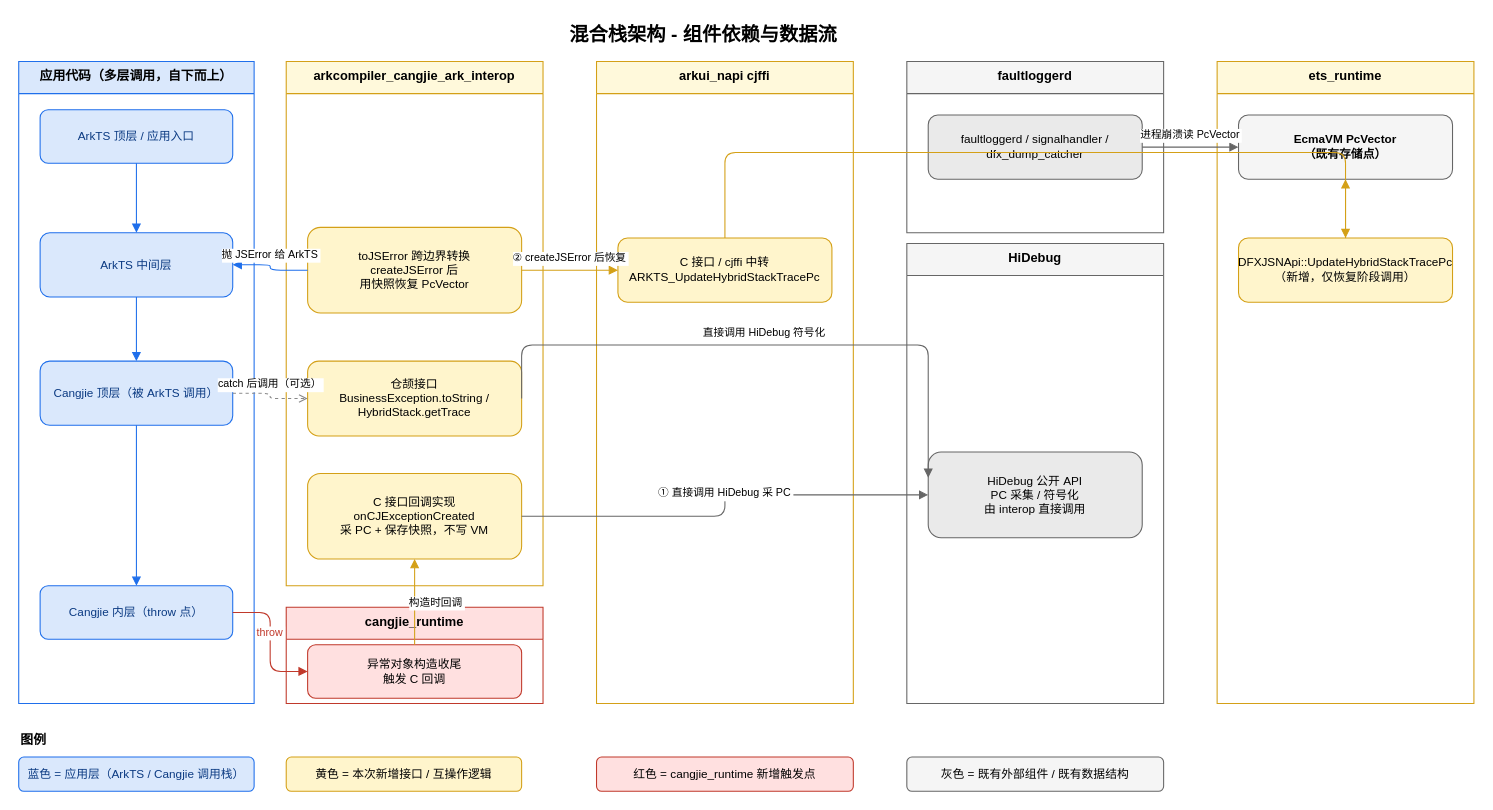
Before: doc/hybridstack_architecture_design.drawio in openharmony/arkcompiler_cangjie_ark_interop, a draw.io diagram. Source tidied: cells renumbered, new cells numbered last; positions are measured from the earlier drawing's top-left corner, leaving out a move shared by most shapes. Both pictures are drawn from the tidied source at 107%, with x=0, y=0 at pixel (18, 18).
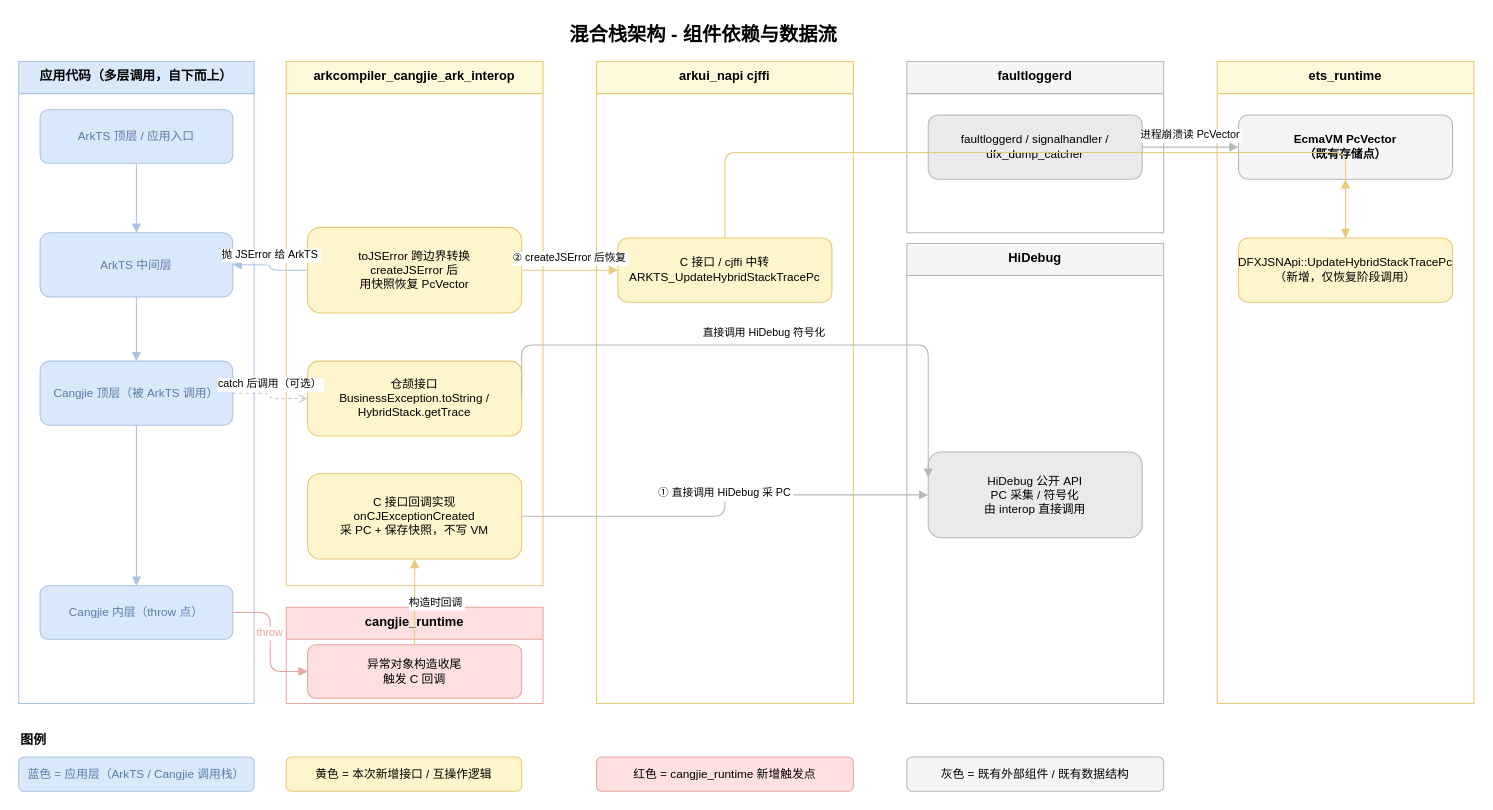
Above is the later version.

Commit message (it also covers changes not shown here):
docs(hybridstack): lighten drawio palette; replace mermaid with drawio for master-state diagram; clarify master 主干 wording

Change to the diagram source:
```diff
@@
-    <mxCell id="3" value="应用代码（多层调用，自下而上）" style="swimlane;startSize=30;fillColor=#dae8fc;strokeColor=#1f6feb;fontStyle=1;fontSize=12;verticalAlign=top;whiteSpace=wrap;" parent="1" vertex="1">
+    <mxCell id="3" value="应用代码（多层调用，自下而上）" style="swimlane;startSize=30;fillColor=#dae8fc;strokeColor=#aac4e2;fontStyle=1;fontSize=12;verticalAlign=top;whiteSpace=wrap;" parent="1" vertex="1">
       <mxGeometry y="40" width="220" height="600" as="geometry" />
     </mxCell>
-    <mxCell id="4" value="arkcompiler_cangjie_ark_interop" style="swimlane;startSize=30;fillColor=#fff9db;strokeColor=#d4a017;fontStyle=1;fontSize=12;verticalAlign=top;whiteSpace=wrap;" parent="1" vertex="1">
+    <mxCell id="4" value="arkcompiler_cangjie_ark_interop" style="swimlane;startSize=30;fillColor=#fff9db;strokeColor=#e8c97a;fontStyle=1;fontSize=12;verticalAlign=top;whiteSpace=wrap;" parent="1" vertex="1">
       <mxGeometry x="250" y="40" width="240" height="490" as="geometry" />
     </mxCell>
-    <mxCell id="5" value="cangjie_runtime" style="swimlane;startSize=30;fillColor=#ffe0e0;strokeColor=#c0392b;fontStyle=1;fontSize=12;verticalAlign=top;whiteSpace=wrap;" parent="1" vertex="1">
+    <mxCell id="5" value="cangjie_runtime" style="swimlane;startSize=30;fillColor=#ffe0e0;strokeColor=#e6a89f;fontStyle=1;fontSize=12;verticalAlign=top;whiteSpace=wrap;" parent="1" vertex="1">
       <mxGeometry x="250" y="550" width="240" height="90" as="geometry" />
     </mxCell>
-    <mxCell id="6" value="arkui_napi cjffi" style="swimlane;startSize=30;fillColor=#fff9db;strokeColor=#d4a017;fontStyle=1;fontSize=12;verticalAlign=top;whiteSpace=wrap;" parent="1" vertex="1">
+    <mxCell id="6" value="arkui_napi cjffi" style="swimlane;startSize=30;fillColor=#fff9db;strokeColor=#e8c97a;fontStyle=1;fontSize=12;verticalAlign=top;whiteSpace=wrap;" parent="1" vertex="1">
       <mxGeometry x="540" y="40" width="240" height="600" as="geometry" />
     </mxCell>
-    <mxCell id="7" value="faultloggerd" style="swimlane;startSize=30;fillColor=#f5f5f5;strokeColor=#666666;fontStyle=1;fontSize=12;verticalAlign=top;whiteSpace=wrap;" parent="1" vertex="1">
+    <mxCell id="7" value="faultloggerd" style="swimlane;startSize=30;fillColor=#f5f5f5;strokeColor=#b8b8b8;fontStyle=1;fontSize=12;verticalAlign=top;whiteSpace=wrap;" parent="1" vertex="1">
       <mxGeometry x="830" y="40" width="240" height="160" as="geometry" />
     </mxCell>
-    <mxCell id="8" value="HiDebug" style="swimlane;startSize=30;fillColor=#f5f5f5;strokeColor=#666666;fontStyle=1;fontSize=12;verticalAlign=top;whiteSpace=wrap;" parent="1" vertex="1">
+    <mxCell id="8" value="HiDebug" style="swimlane;startSize=30;fillColor=#f5f5f5;strokeColor=#b8b8b8;fontStyle=1;fontSize=12;verticalAlign=top;whiteSpace=wrap;" parent="1" vertex="1">
       <mxGeometry x="830" y="210" width="240" height="430" as="geometry" />
     </mxCell>
-    <mxCell id="9" value="ets_runtime" style="swimlane;startSize=30;fillColor=#fff9db;strokeColor=#d4a017;fontStyle=1;fontSize=12;verticalAlign=top;whiteSpace=wrap;" parent="1" vertex="1">
+    <mxCell id="9" value="ets_runtime" style="swimlane;startSize=30;fillColor=#fff9db;strokeColor=#e8c97a;fontStyle=1;fontSize=12;verticalAlign=top;whiteSpace=wrap;" parent="1" vertex="1">
       <mxGeometry x="1120" y="40" width="240" height="600" as="geometry" />
     </mxCell>
-    <mxCell id="10" value="ArkTS 顶层 / 应用入口" style="rounded=1;fillColor=#dae8fc;strokeColor=#1f6feb;fontColor=#0b3a82;fontSize=11;whiteSpace=wrap;" parent="3" vertex="1">
+    <mxCell id="10" value="ArkTS 顶层 / 应用入口" style="rounded=1;fillColor=#dae8fc;strokeColor=#aac4e2;fontColor=#5a7ca8;fontSize=11;whiteSpace=wrap;" parent="3" vertex="1">
       <mxGeometry x="20" y="45" width="180" height="50" as="geometry" />
     </mxCell>
-    <mxCell id="11" value="ArkTS 中间层" style="rounded=1;fillColor=#dae8fc;strokeColor=#1f6feb;fontColor=#0b3a82;fontSize=11;whiteSpace=wrap;" parent="3" vertex="1">
+    <mxCell id="11" value="ArkTS 中间层" style="rounded=1;fillColor=#dae8fc;strokeColor=#aac4e2;fontColor=#5a7ca8;fontSize=11;whiteSpace=wrap;" parent="3" vertex="1">
       <mxGeometry x="20" y="160" width="180" height="60" as="geometry" />
     </mxCell>
-    <mxCell id="12" value="Cangjie 顶层（被 ArkTS 调用）" style="rounded=1;fillColor=#dae8fc;strokeColor=#1f6feb;fontColor=#0b3a82;fontSize=11;whiteSpace=wrap;" parent="3" vertex="1">
+    <mxCell id="12" value="Cangjie 顶层（被 ArkTS 调用）" style="rounded=1;fillColor=#dae8fc;strokeColor=#aac4e2;fontColor=#5a7ca8;fontSize=11;whiteSpace=wrap;" parent="3" vertex="1">
       <mxGeometry x="20" y="280" width="180" height="60" as="geometry" />
     </mxCell>
-    <mxCell id="13" value="Cangjie 内层（throw 点）" style="rounded=1;fillColor=#dae8fc;strokeColor=#1f6feb;fontColor=#0b3a82;fontSize=11;whiteSpace=wrap;" parent="3" vertex="1">
+    <mxCell id="13" value="Cangjie 内层（throw 点）" style="rounded=1;fillColor=#dae8fc;strokeColor=#aac4e2;fontColor=#5a7ca8;fontSize=11;whiteSpace=wrap;" parent="3" vertex="1">
       <mxGeometry x="20" y="490" width="180" height="50" as="geometry" />
     </mxCell>
-    <mxCell id="14" value="toJSError 跨边界转换&#10;createJSError 后&#10;用快照恢复 PcVector" style="rounded=1;fillColor=#fff5cc;strokeColor=#d4a017;fontSize=11;whiteSpace=wrap;" parent="4" vertex="1">
+    <mxCell id="14" value="toJSError 跨边界转换&#10;createJSError 后&#10;用快照恢复 PcVector" style="rounded=1;fillColor=#fff5cc;strokeColor=#e8c97a;fontSize=11;whiteSpace=wrap;" parent="4" vertex="1">
       <mxGeometry x="20" y="155" width="200" height="80" as="geometry" />
     </mxCell>
-    <mxCell id="15" value="仓颉接口&#10;BusinessException.toString /&#10;HybridStack.getTrace" style="rounded=1;fillColor=#fff5cc;strokeColor=#d4a017;fontSize=11;whiteSpace=wrap;" parent="4" vertex="1">
+    <mxCell id="15" value="仓颉接口&#10;BusinessException.toString /&#10;HybridStack.getTrace" style="rounded=1;fillColor=#fff5cc;strokeColor=#e8c97a;fontSize=11;whiteSpace=wrap;" parent="4" vertex="1">
       <mxGeometry x="20" y="280" width="200" height="70" as="geometry" />
     </mxCell>
-    <mxCell id="16" value="C 接口回调实现&#10;onCJExceptionCreated&#10;采 PC + 保存快照，不写 VM" style="rounded=1;fillColor=#fff5cc;strokeColor=#d4a017;fontSize=11;whiteSpace=wrap;" parent="4" vertex="1">
+    <mxCell id="16" value="C 接口回调实现&#10;onCJExceptionCreated&#10;采 PC + 保存快照，不写 VM" style="rounded=1;fillColor=#fff5cc;strokeColor=#e8c97a;fontSize=11;whiteSpace=wrap;" parent="4" vertex="1">
       <mxGeometry x="20" y="385" width="200" height="80" as="geometry" />
     </mxCell>
-    <mxCell id="17" value="异常对象构造收尾&#10;触发 C 回调" style="rounded=1;fillColor=#ffe0e0;strokeColor=#c0392b;fontSize=11;whiteSpace=wrap;" parent="5" vertex="1">
+    <mxCell id="17" value="异常对象构造收尾&#10;触发 C 回调" style="rounded=1;fillColor=#ffe0e0;strokeColor=#e6a89f;fontSize=11;whiteSpace=wrap;" parent="5" vertex="1">
       <mxGeometry x="20" y="35" width="200" height="50" as="geometry" />
     </mxCell>
-    <mxCell id="18" value="C 接口 / cjffi 中转&#10;ARKTS_UpdateHybridStackTracePc" style="rounded=1;fillColor=#fff5cc;strokeColor=#d4a017;fontSize=11;whiteSpace=wrap;" parent="6" vertex="1">
+    <mxCell id="18" value="C 接口 / cjffi 中转&#10;ARKTS_UpdateHybridStackTracePc" style="rounded=1;fillColor=#fff5cc;strokeColor=#e8c97a;fontSize=11;whiteSpace=wrap;" parent="6" vertex="1">
       <mxGeometry x="20" y="165" width="200" height="60" as="geometry" />
     </mxCell>
-    <mxCell id="19" value="faultloggerd / signalhandler /&#10;dfx_dump_catcher" style="rounded=1;fillColor=#eaeaea;strokeColor=#666666;fontSize=11;whiteSpace=wrap;" parent="7" vertex="1">
+    <mxCell id="19" value="faultloggerd / signalhandler /&#10;dfx_dump_catcher" style="rounded=1;fillColor=#eaeaea;strokeColor=#b8b8b8;fontSize=11;whiteSpace=wrap;" parent="7" vertex="1">
       <mxGeometry x="20" y="50" width="200" height="60" as="geometry" />
     </mxCell>
-    <mxCell id="20" value="HiDebug 公开 API&#10;PC 采集 / 符号化&#10;由 interop 直接调用" style="rounded=1;fillColor=#eaeaea;strokeColor=#666666;fontSize=11;whiteSpace=wrap;" parent="8" vertex="1">
+    <mxCell id="20" value="HiDebug 公开 API&#10;PC 采集 / 符号化&#10;由 interop 直接调用" style="rounded=1;fillColor=#eaeaea;strokeColor=#b8b8b8;fontSize=11;whiteSpace=wrap;" parent="8" vertex="1">
       <mxGeometry x="20" y="195" width="200" height="80" as="geometry" />
     </mxCell>
-    <mxCell id="21" value="EcmaVM PcVector&#10;（既有存储点）" style="rounded=1;fillColor=#f5f5f5;strokeColor=#666666;fontSize=11;whiteSpace=wrap;fontStyle=1;" parent="9" vertex="1">
+    <mxCell id="21" value="EcmaVM PcVector&#10;（既有存储点）" style="rounded=1;fillColor=#f5f5f5;strokeColor=#b8b8b8;fontSize=11;whiteSpace=wrap;fontStyle=1;" parent="9" vertex="1">
       <mxGeometry x="20" y="50" width="200" height="60" as="geometry" />
     </mxCell>
-    <mxCell id="22" value="DFXJSNApi::UpdateHybridStackTracePc&#10;（新增，仅恢复阶段调用）" style="rounded=1;fillColor=#fff5cc;strokeColor=#d4a017;fontSize=11;whiteSpace=wrap;" parent="9" vertex="1">
+    <mxCell id="22" value="DFXJSNApi::UpdateHybridStackTracePc&#10;（新增，仅恢复阶段调用）" style="rounded=1;fillColor=#fff5cc;strokeColor=#e8c97a;fontSize=11;whiteSpace=wrap;" parent="9" vertex="1">
       <mxGeometry x="20" y="165" width="200" height="60" as="geometry" />
     </mxCell>
-    <mxCell id="23" style="edgeStyle=orthogonalEdgeStyle;endArrow=block;endFill=1;strokeColor=#1f6feb;exitX=0.5;exitY=1;entryX=0.5;entryY=0;" parent="3" edge="1" source="10" target="11">
+    <mxCell id="23" style="edgeStyle=orthogonalEdgeStyle;endArrow=block;endFill=1;strokeColor=#aac4e2;exitX=0.5;exitY=1;entryX=0.5;entryY=0;" parent="3" edge="1" source="10" target="11">
       <mxGeometry relative="1" as="geometry" />
     </mxCell>
-    <mxCell id="24" style="edgeStyle=orthogonalEdgeStyle;endArrow=block;endFill=1;strokeColor=#1f6feb;exitX=0.5;exitY=1;entryX=0.5;entryY=0;" parent="3" edge="1" source="11" target="12">
+    <mxCell id="24" style="edgeStyle=orthogonalEdgeStyle;endArrow=block;endFill=1;strokeColor=#aac4e2;exitX=0.5;exitY=1;entryX=0.5;entryY=0;" parent="3" edge="1" source="11" target="12">
       <mxGeometry relative="1" as="geometry" />
     </mxCell>
-    <mxCell id="25" style="edgeStyle=orthogonalEdgeStyle;endArrow=block;endFill=1;strokeColor=#1f6feb;exitX=0.5;exitY=1;entryX=0.5;entryY=0;" parent="3" edge="1" source="12" target="13">
+    <mxCell id="25" style="edgeStyle=orthogonalEdgeStyle;endArrow=block;endFill=1;strokeColor=#aac4e2;exitX=0.5;exitY=1;entryX=0.5;entryY=0;" parent="3" edge="1" source="12" target="13">
       <mxGeometry relative="1" as="geometry" />
     </mxCell>
-    <mxCell id="26" value="throw" style="edgeStyle=orthogonalEdgeStyle;endArrow=block;endFill=1;strokeColor=#c0392b;fontColor=#c0392b;labelBackgroundColor=#ffffff;fontSize=10;exitX=1;exitY=0.5;entryX=0;entryY=0.5;" parent="1" edge="1" source="13" target="17">
+    <mxCell id="26" value="throw" style="edgeStyle=orthogonalEdgeStyle;endArrow=block;endFill=1;strokeColor=#e6a89f;fontColor=#e6a89f;labelBackgroundColor=#ffffff;fontSize=10;exitX=1;exitY=0.5;entryX=0;entryY=0.5;" parent="1" edge="1" source="13" target="17">
       <mxGeometry relative="1" as="geometry">
         <mxPoint y="-10" as="offset" />
       </mxGeometry>
     </mxCell>
-    <mxCell id="27" value="构造时回调" style="edgeStyle=orthogonalEdgeStyle;endArrow=block;endFill=1;strokeColor=#d4a017;labelBackgroundColor=#ffffff;fontSize=10;exitX=0.5;exitY=0;entryX=0.5;entryY=1;" parent="1" edge="1" source="17" target="16">
+    <mxCell id="27" value="构造时回调" style="edgeStyle=orthogonalEdgeStyle;endArrow=block;endFill=1;strokeColor=#e8c97a;labelBackgroundColor=#ffffff;fontSize=10;exitX=0.5;exitY=0;entryX=0.5;entryY=1;" parent="1" edge="1" source="17" target="16">
       <mxGeometry relative="1" as="geometry">
         <mxPoint x="20" as="offset" />
       </mxGeometry>
     </mxCell>
-    <mxCell id="28" value="① 直接调用 HiDebug 采 PC" style="edgeStyle=orthogonalEdgeStyle;endArrow=block;endFill=1;strokeColor=#666666;labelBackgroundColor=#ffffff;fontSize=10;exitX=1;exitY=0.5;entryX=0;entryY=0.5;" parent="1" edge="1" source="16" target="20">
+    <mxCell id="28" value="① 直接调用 HiDebug 采 PC" style="edgeStyle=orthogonalEdgeStyle;endArrow=block;endFill=1;strokeColor=#b8b8b8;labelBackgroundColor=#ffffff;fontSize=10;exitX=1;exitY=0.5;entryX=0;entryY=0.5;" parent="1" edge="1" source="16" target="20">
       <mxGeometry relative="1" as="geometry">
         <mxPoint y="-12" as="offset" />
       </mxGeometry>
     </mxCell>
-    <mxCell id="29" value="② createJSError 后恢复" style="edgeStyle=orthogonalEdgeStyle;endArrow=block;endFill=1;strokeColor=#d4a017;labelBackgroundColor=#ffffff;fontSize=10;exitX=1;exitY=0.5;entryX=0;entryY=0.5;" parent="1" edge="1" source="14" target="18">
+    <mxCell id="29" value="② createJSError 后恢复" style="edgeStyle=orthogonalEdgeStyle;endArrow=block;endFill=1;strokeColor=#e8c97a;labelBackgroundColor=#ffffff;fontSize=10;exitX=1;exitY=0.5;entryX=0;entryY=0.5;" parent="1" edge="1" source="14" target="18">
       <mxGeometry relative="1" as="geometry">
         <mxPoint y="-12" as="offset" />
       </mxGeometry>
     </mxCell>
-    <mxCell id="30" style="edgeStyle=orthogonalEdgeStyle;endArrow=block;endFill=1;strokeColor=#d4a017;labelBackgroundColor=#ffffff;fontSize=10;exitX=0.5;exitY=0;entryX=0.5;entryY=0;" parent="1" edge="1" source="18" target="22">
+    <mxCell id="30" style="edgeStyle=orthogonalEdgeStyle;endArrow=block;endFill=1;strokeColor=#e8c97a;labelBackgroundColor=#ffffff;fontSize=10;exitX=0.5;exitY=0;entryX=0.5;entryY=0;" parent="1" edge="1" source="18" target="22">
       <mxGeometry relative="1" as="geometry">
         <Array as="points">
           <mxPoint x="660" y="125" />
           <mxPoint x="1240" y="125" />
         </Array>
       </mxGeometry>
     </mxCell>
-    <mxCell id="31" style="edgeStyle=orthogonalEdgeStyle;endArrow=block;endFill=1;strokeColor=#d4a017;exitX=0.5;exitY=0;entryX=0.5;entryY=1;" parent="1" edge="1" source="22" target="21">
+    <mxCell id="31" style="edgeStyle=orthogonalEdgeStyle;endArrow=block;endFill=1;strokeColor=#e8c97a;exitX=0.5;exitY=0;entryX=0.5;entryY=1;" parent="1" edge="1" source="22" target="21">
       <mxGeometry relative="1" as="geometry" />
     </mxCell>
-    <mxCell id="32" value="抛 JSError 给 ArkTS" style="edgeStyle=orthogonalEdgeStyle;endArrow=block;endFill=1;strokeColor=#1f6feb;labelBackgroundColor=#ffffff;fontSize=10;exitX=0;exitY=0.5;entryX=1;entryY=0.5;" parent="1" edge="1" source="14" target="11">
+    <mxCell id="32" value="抛 JSError 给 ArkTS" style="edgeStyle=orthogonalEdgeStyle;endArrow=block;endFill=1;strokeColor=#aac4e2;labelBackgroundColor=#ffffff;fontSize=10;exitX=0;exitY=0.5;entryX=1;entryY=0.5;" parent="1" edge="1" source="14" target="11">
       <mxGeometry relative="1" as="geometry">
         <mxPoint y="-12" as="offset" />
       </mxGeometry>
     </mxCell>
-    <mxCell id="33" value="catch 后调用（可选）" style="edgeStyle=orthogonalEdgeStyle;endArrow=open;dashed=1;strokeColor=#888888;labelBackgroundColor=#ffffff;fontSize=10;exitX=1;exitY=0.5;entryX=0;entryY=0.5;" parent="1" edge="1" source="12" target="15">
+    <mxCell id="33" value="catch 后调用（可选）" style="edgeStyle=orthogonalEdgeStyle;endArrow=open;dashed=1;strokeColor=#c8c8c8;labelBackgroundColor=#ffffff;fontSize=10;exitX=1;exitY=0.5;entryX=0;entryY=0.5;" parent="1" edge="1" source="12" target="15">
       <mxGeometry relative="1" as="geometry">
         <mxPoint y="-12" as="offset" />
       </mxGeometry>
     </mxCell>
-    <mxCell id="34" value="直接调用 HiDebug 符号化" style="edgeStyle=orthogonalEdgeStyle;endArrow=block;endFill=1;strokeColor=#666666;labelBackgroundColor=#ffffff;fontSize=10;exitX=1;exitY=0.5;entryX=0;entryY=0.3;" parent="1" edge="1" source="15" target="20">
+    <mxCell id="34" value="直接调用 HiDebug 符号化" style="edgeStyle=orthogonalEdgeStyle;endArrow=block;endFill=1;strokeColor=#b8b8b8;labelBackgroundColor=#ffffff;fontSize=10;exitX=1;exitY=0.5;entryX=0;entryY=0.3;" parent="1" edge="1" source="15" target="20">
       <mxGeometry relative="1" as="geometry">
         <Array as="points">
           <mxPoint x="515" y="305" />
           <mxPoint x="805" y="305" />
         </Array>
         <mxPoint y="-12" as="offset" />
       </mxGeometry>
     </mxCell>
-    <mxCell id="35" value="进程崩溃读 PcVector" style="edgeStyle=orthogonalEdgeStyle;endArrow=block;endFill=1;strokeColor=#666666;labelBackgroundColor=#ffffff;fontSize=10;exitX=1;exitY=0.5;entryX=0;entryY=0.5;" parent="1" edge="1" source="19" target="21">
+    <mxCell id="35" value="进程崩溃读 PcVector" style="edgeStyle=orthogonalEdgeStyle;endArrow=block;endFill=1;strokeColor=#b8b8b8;labelBackgroundColor=#ffffff;fontSize=10;exitX=1;exitY=0.5;entryX=0;entryY=0.5;" parent="1" edge="1" source="19" target="21">
       <mxGeometry relative="1" as="geometry">
         <mxPoint y="-12" as="offset" />
       </mxGeometry>
     </mxCell>
@@
-    <mxCell id="37" value="蓝色 = 应用层（ArkTS / Cangjie 调用栈）" style="rounded=1;fillColor=#dae8fc;strokeColor=#1f6feb;fontColor=#0b3a82;fontSize=11;whiteSpace=wrap;" parent="1" vertex="1">
+    <mxCell id="37" value="蓝色 = 应用层（ArkTS / Cangjie 调用栈）" style="rounded=1;fillColor=#dae8fc;strokeColor=#aac4e2;fontColor=#5a7ca8;fontSize=11;whiteSpace=wrap;" parent="1" vertex="1">
       <mxGeometry y="690" width="220" height="32" as="geometry" />
     </mxCell>
-    <mxCell id="38" value="黄色 = 本次新增接口 / 互操作逻辑" style="rounded=1;fillColor=#fff5cc;strokeColor=#d4a017;fontSize=11;whiteSpace=wrap;" parent="1" vertex="1">
+    <mxCell id="38" value="黄色 = 本次新增接口 / 互操作逻辑" style="rounded=1;fillColor=#fff5cc;strokeColor=#e8c97a;fontSize=11;whiteSpace=wrap;" parent="1" vertex="1">
       <mxGeometry x="250" y="690" width="220" height="32" as="geometry" />
     </mxCell>
-    <mxCell id="39" value="红色 = cangjie_runtime 新增触发点" style="rounded=1;fillColor=#ffe0e0;strokeColor=#c0392b;fontSize=11;whiteSpace=wrap;" parent="1" vertex="1">
+    <mxCell id="39" value="红色 = cangjie_runtime 新增触发点" style="rounded=1;fillColor=#ffe0e0;strokeColor=#e6a89f;fontSize=11;whiteSpace=wrap;" parent="1" vertex="1">
       <mxGeometry x="540" y="690" width="240" height="32" as="geometry" />
     </mxCell>
-    <mxCell id="40" value="灰色 = 既有外部组件 / 既有数据结构" style="rounded=1;fillColor=#f5f5f5;strokeColor=#666666;fontSize=11;whiteSpace=wrap;" parent="1" vertex="1">
+    <mxCell id="40" value="灰色 = 既有外部组件 / 既有数据结构" style="rounded=1;fillColor=#f5f5f5;strokeColor=#b8b8b8;fontSize=11;whiteSpace=wrap;" parent="1" vertex="1">
       <mxGeometry x="830" y="690" width="240" height="32" as="geometry" />
     </mxCell>
```
